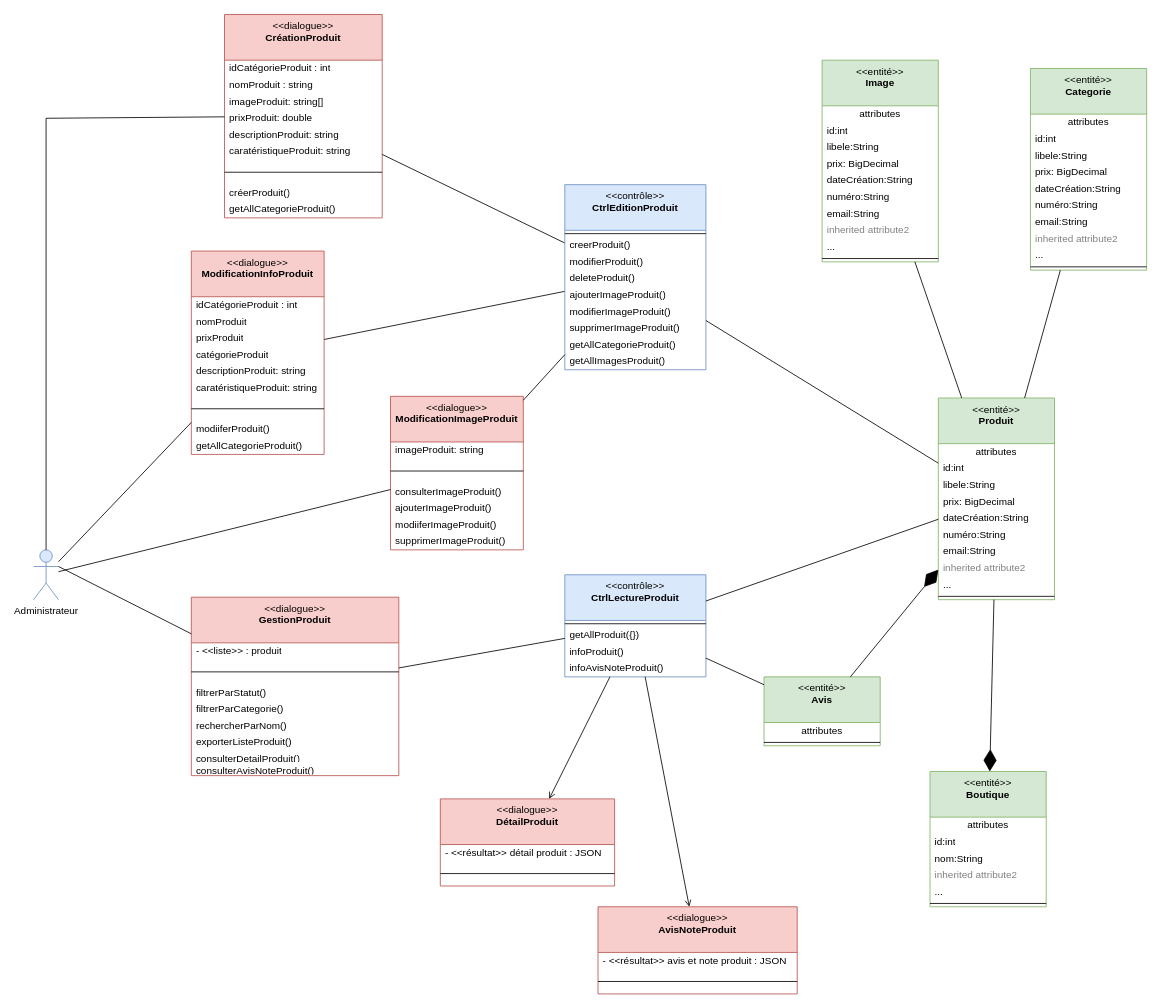
The draw.io diagram page "CRUD et Avis produit" (1 of 3) of Diagramme-dcp-katina.drawio in kbvac/Diagramme-UML, before the edit. Source tidied: cells renumbered, new cells numbered last; positions are measured from the earlier drawing's top-left corner, leaving out a move shared by most shapes. Both pictures are drawn from the tidied source at 83%, with x=0, y=0 at pixel (33, 14).
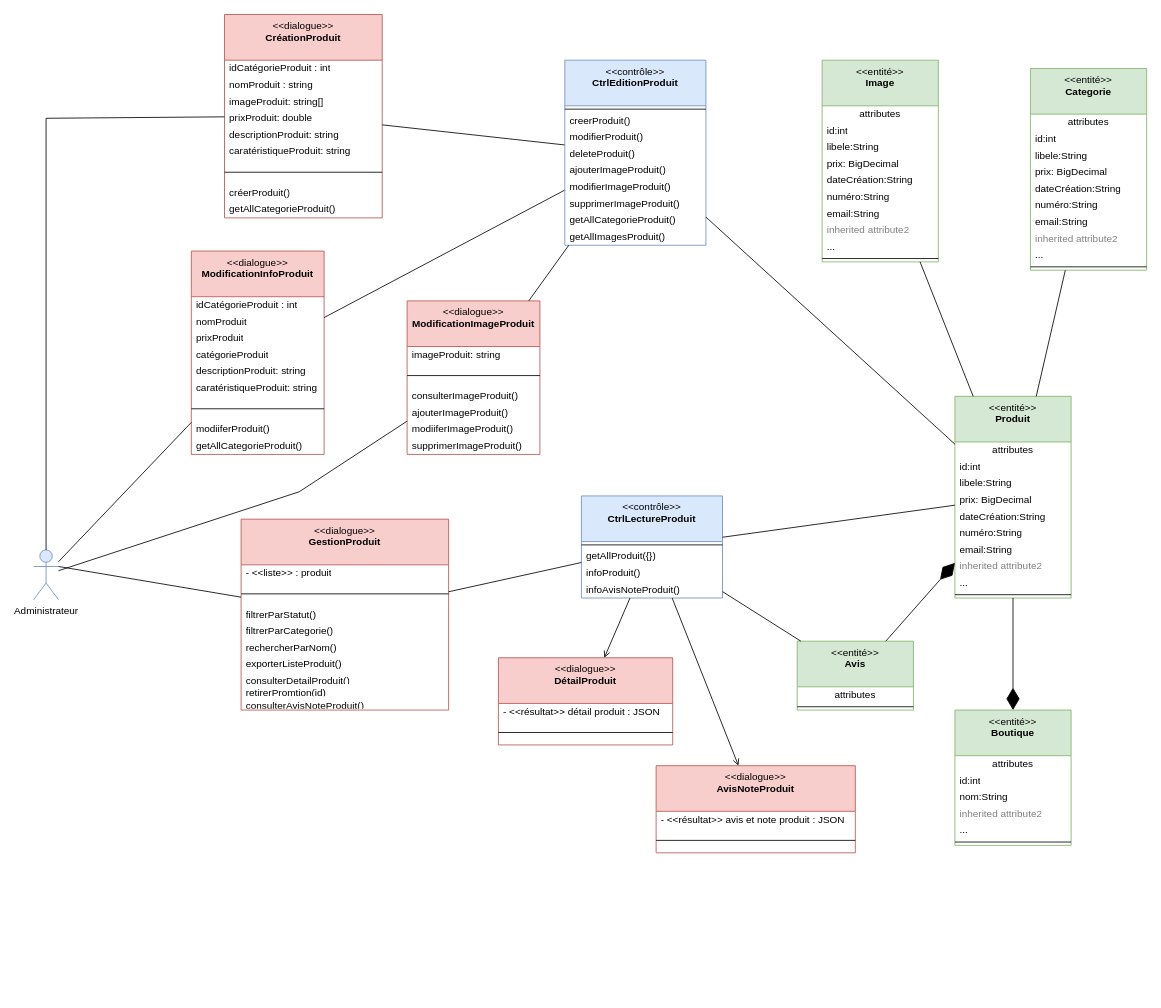
Above is the later version.

Commit message (it also covers changes not shown here):
Mettre à jour Diagramme-dcp-katina.drawio

The change refers to these unchanged cells:
```xml
<mxCell id="2" value="Administrateur" style="shape=umlActor;verticalLabelPosition=bottom;verticalAlign=top;html=1;fillColor=#dae8fc;strokeColor=#6c8ebf;" parent="1" vertex="1">
  <mxGeometry y="645" width="30" height="60" as="geometry" />
</mxCell>
```

Change to the diagram source:
```diff
@@
     <mxCell id="3" value="&amp;lt;&amp;lt;dialogue&amp;gt;&amp;gt;&lt;br&gt;&lt;b&gt;GestionProduit&lt;br&gt;&lt;/b&gt;" style="swimlane;fontStyle=0;align=center;verticalAlign=top;horizontal=1;startSize=55;html=1;whiteSpace=wrap;fillColor=#f8cecc;strokeColor=#b85450;" parent="1" vertex="1">
-      <mxGeometry x="190" y="702" width="250" height="215" as="geometry" />
+      <mxGeometry x="250" y="608" width="250" height="230" as="geometry" />
     </mxCell>
@@
+    <mxCell id="120" value="retirerPromtion(id)" style="text;html=1;strokeColor=none;fillColor=none;align=left;verticalAlign=middle;spacingLeft=4;spacingRight=4;overflow=hidden;whiteSpace=wrap;" parent="3" vertex="1">
+      <mxGeometry y="200" width="250" height="15" as="geometry" />
+    </mxCell>
     <mxCell id="11" value="consulterAvisNoteProduit()" style="text;html=1;strokeColor=none;fillColor=none;align=left;verticalAlign=middle;spacingLeft=4;spacingRight=4;overflow=hidden;whiteSpace=wrap;" parent="3" vertex="1">
-      <mxGeometry y="200" width="250" height="15" as="geometry" />
+      <mxGeometry y="215" width="250" height="15" as="geometry" />
     </mxCell>
     <mxCell id="12" value="&amp;lt;&amp;lt;contrôle&amp;gt;&amp;gt;&lt;br&gt;&lt;b&gt;CtrlLectureProduit&lt;/b&gt;" style="swimlane;fontStyle=0;align=center;verticalAlign=top;horizontal=1;startSize=55;html=1;whiteSpace=wrap;fillColor=#dae8fc;strokeColor=#6c8ebf;" parent="1" vertex="1">
-      <mxGeometry x="640" y="675" width="170" height="123" as="geometry" />
+      <mxGeometry x="660" y="580" width="170" height="123" as="geometry" />
     </mxCell>
@@
     <mxCell id="42" value="&amp;lt;&amp;lt;entité&amp;gt;&amp;gt;&lt;br&gt;&lt;b&gt;Produit&lt;/b&gt;" style="swimlane;fontStyle=0;align=center;verticalAlign=top;horizontal=1;startSize=55;html=1;whiteSpace=wrap;fillColor=#d5e8d4;strokeColor=#82b366;" parent="1" vertex="1">
-      <mxGeometry x="1090" y="462" width="140" height="243" as="geometry" />
+      <mxGeometry x="1110" y="460" width="140" height="243" as="geometry" />
     </mxCell>
@@
     <mxCell id="54" value="&amp;lt;&amp;lt;entité&amp;gt;&amp;gt;&lt;br&gt;&lt;b&gt;Boutique&lt;/b&gt;" style="swimlane;fontStyle=0;align=center;verticalAlign=top;horizontal=1;startSize=55;html=1;whiteSpace=wrap;fillColor=#d5e8d4;strokeColor=#82b366;" parent="1" vertex="1">
-      <mxGeometry x="1080" y="912" width="140" height="163" as="geometry" />
+      <mxGeometry x="1110" y="838" width="140" height="163" as="geometry" />
     </mxCell>
@@
     <mxCell id="62" value="&amp;lt;&amp;lt;entité&amp;gt;&amp;gt;&lt;br&gt;&lt;b&gt;Avis&lt;/b&gt;" style="swimlane;fontStyle=0;align=center;verticalAlign=top;horizontal=1;startSize=55;html=1;whiteSpace=wrap;fillColor=#d5e8d4;strokeColor=#82b366;" parent="1" vertex="1">
-      <mxGeometry x="880" y="798" width="140" height="83" as="geometry" />
+      <mxGeometry x="920" y="755" width="140" height="83" as="geometry" />
     </mxCell>
@@
     <mxCell id="67" value="&amp;lt;&amp;lt;dialogue&amp;gt;&amp;gt;&lt;br&gt;&lt;b&gt;DétailProduit&lt;br&gt;&lt;br&gt;&lt;/b&gt;" style="swimlane;fontStyle=0;align=center;verticalAlign=top;horizontal=1;startSize=55;html=1;whiteSpace=wrap;fillColor=#f8cecc;strokeColor=#b85450;" parent="1" vertex="1">
-      <mxGeometry x="490" y="945" width="210" height="105" as="geometry" />
+      <mxGeometry x="560" y="775" width="210" height="105" as="geometry" />
     </mxCell>
@@
     <mxCell id="71" value="&amp;lt;&amp;lt;dialogue&amp;gt;&amp;gt;&lt;br&gt;&lt;b&gt;AvisNoteProduit&lt;br&gt;&lt;br&gt;&lt;/b&gt;" style="swimlane;fontStyle=0;align=center;verticalAlign=top;horizontal=1;startSize=55;html=1;whiteSpace=wrap;fillColor=#f8cecc;strokeColor=#b85450;" parent="1" vertex="1">
-      <mxGeometry x="680" y="1075" width="240" height="105" as="geometry" />
+      <mxGeometry x="750" y="905" width="240" height="105" as="geometry" />
     </mxCell>
@@
     <mxCell id="76" value="&amp;lt;&amp;lt;contrôle&amp;gt;&amp;gt;&lt;br&gt;&lt;b&gt;CtrlEditionProduit&lt;/b&gt;" style="swimlane;fontStyle=0;align=center;verticalAlign=top;horizontal=1;startSize=55;html=1;whiteSpace=wrap;fillColor=#dae8fc;strokeColor=#6c8ebf;" parent="1" vertex="1">
-      <mxGeometry x="640" y="205" width="170" height="223" as="geometry" />
+      <mxGeometry x="640" y="55" width="170" height="223" as="geometry" />
     </mxCell>
@@
     <mxCell id="86" value="&amp;lt;&amp;lt;dialogue&amp;gt;&amp;gt;&lt;br&gt;&lt;b&gt;ModificationImageProduit&lt;br&gt;&lt;/b&gt;" style="swimlane;fontStyle=0;align=center;verticalAlign=top;horizontal=1;startSize=55;html=1;whiteSpace=wrap;fillColor=#f8cecc;strokeColor=#b85450;" parent="1" vertex="1">
-      <mxGeometry x="430" y="460" width="160" height="185" as="geometry" />
+      <mxGeometry x="450" y="345" width="160" height="185" as="geometry" />
     </mxCell>
@@
     <mxCell id="93" style="endArrow=none;startArrow=none;endFill=0;startFill=0;endSize=8;html=1;verticalAlign=bottom;labelBackgroundColor=none;strokeWidth=1;rounded=0;" parent="1" edge="1" source="2" target="86">
-      <mxGeometry relative="1" as="geometry" />
+      <mxGeometry relative="1" as="geometry">
+        <Array as="points">
+          <mxPoint x="320" y="575" />
+        </Array>
+      </mxGeometry>
     </mxCell>
```
